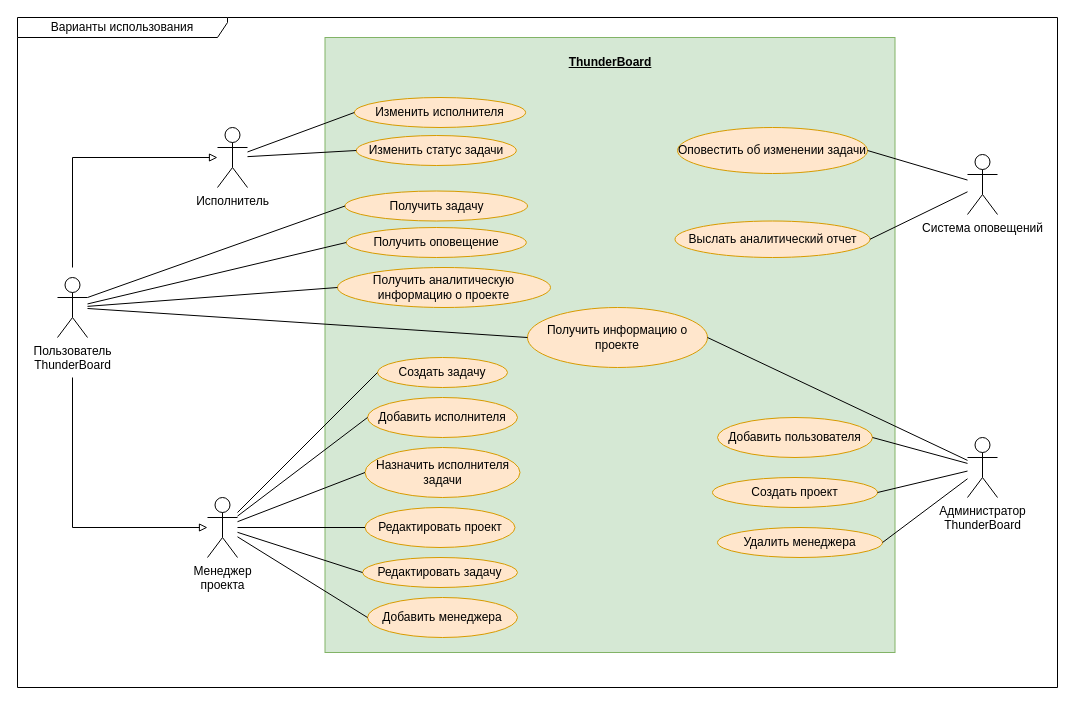
Before: docs/raw_diagrams/use_case.drawio in aVorotnikov/thunder_board, a draw.io diagram. Source tidied: cells renumbered, new cells numbered last; positions are measured from the earlier drawing's top-left corner, leaving out a move shared by most shapes. Both pictures are drawn from the tidied source at 100%, with x=0, y=0 at pixel (17, 17).
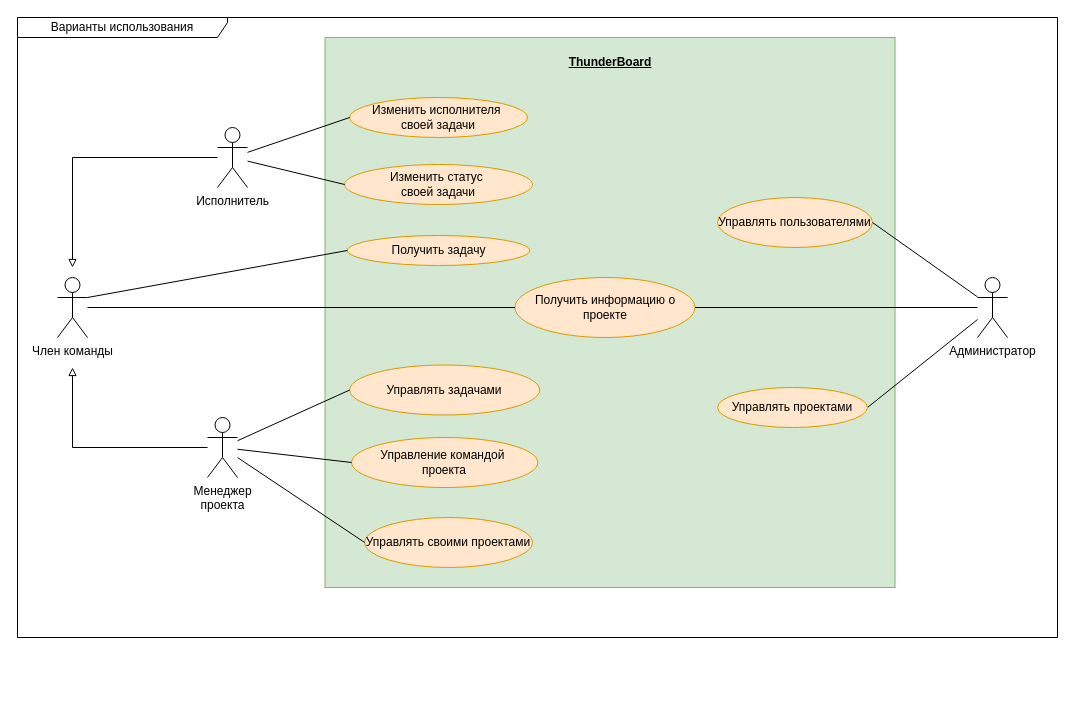
After the change.

Commit message (it also covers changes not shown here):
Fixed use case diagram

The change refers to these unchanged cells:
```xml
<mxCell id="4" value="Исполнитель" style="shape=umlActor;verticalLabelPosition=bottom;verticalAlign=top;html=1;outlineConnect=0;" parent="1" vertex="1">
  <mxGeometry x="200" y="110" width="30" height="60" as="geometry" />
</mxCell>
```

The edit, as a diff of the source:
```diff
@@
     <mxCell id="2" style="html=1;whiteSpace=wrap;fillColor=#d5e8d4;strokeColor=#82b366;" parent="1" vertex="1">
-      <mxGeometry x="307.5" y="20" width="570" height="615" as="geometry" />
+      <mxGeometry x="307.5" y="20" width="570" height="550" as="geometry" />
     </mxCell>
-    <mxCell id="3" value="&lt;div&gt;Пользователь&lt;/div&gt;&lt;div&gt;ThunderBoard&lt;/div&gt;" style="shape=umlActor;verticalLabelPosition=bottom;verticalAlign=top;html=1;outlineConnect=0;" parent="1" vertex="1">
+    <mxCell id="3" value="&lt;div&gt;Член команды&lt;br&gt;&lt;/div&gt;" style="shape=umlActor;verticalLabelPosition=bottom;verticalAlign=top;html=1;outlineConnect=0;" parent="1" vertex="1">
       <mxGeometry x="40" y="260" width="30" height="60" as="geometry" />
     </mxCell>
@@
     <mxCell id="5" value="&lt;div&gt;Менеджер&lt;/div&gt;&lt;div&gt;проекта&lt;/div&gt;" style="shape=umlActor;verticalLabelPosition=bottom;verticalAlign=top;html=1;outlineConnect=0;" parent="1" vertex="1">
-      <mxGeometry x="190" y="480" width="30" height="60" as="geometry" />
+      <mxGeometry x="190" y="400" width="30" height="60" as="geometry" />
     </mxCell>
-    <mxCell id="6" style="endArrow=block;html=1;rounded=0;endFill=0;" parent="1" edge="1" target="5">
+    <mxCell id="6" style="endArrow=none;html=1;rounded=0;endFill=0;startArrow=block;startFill=0;" parent="1" edge="1" target="5">
       <mxGeometry relative="1" as="geometry">
-        <mxPoint x="55" y="360" as="sourcePoint" />
+        <mxPoint x="55" y="350" as="sourcePoint" />
         <Array as="points">
-          <mxPoint x="55" y="510" />
+          <mxPoint x="55" y="430" />
         </Array>
       </mxGeometry>
     </mxCell>
-    <mxCell id="7" style="endArrow=block;html=1;rounded=0;endFill=0;" parent="1" edge="1" target="4">
+    <mxCell id="7" style="endArrow=none;html=1;rounded=0;endFill=0;startArrow=block;startFill=0;" parent="1" edge="1" target="4">
       <mxGeometry relative="1" as="geometry">
         <mxPoint x="55" y="250" as="sourcePoint" />
         <Array as="points">
           <mxPoint x="55" y="140" />
         </Array>
       </mxGeometry>
     </mxCell>
-    <mxCell id="8" value="Создать задачу" style="ellipse;whiteSpace=wrap;html=1;fillColor=#ffe6cc;strokeColor=#d79b00;" parent="1" vertex="1">
-      <mxGeometry x="360" y="340" width="130" height="30" as="geometry" />
+    <mxCell id="8" value="Управлять задачами" style="ellipse;whiteSpace=wrap;html=1;fillColor=#ffe6cc;strokeColor=#d79b00;" parent="1" vertex="1">
+      <mxGeometry x="332.2" y="347.5" width="190" height="50" as="geometry" />
     </mxCell>
     <mxCell id="9" value="&lt;div&gt;Получить информацию о проекте&lt;/div&gt;" style="ellipse;whiteSpace=wrap;html=1;fillColor=#ffe6cc;strokeColor=#d79b00;" parent="1" vertex="1">
-      <mxGeometry x="510" y="290" width="180" height="60" as="geometry" />
+      <mxGeometry x="497.5" y="260" width="180" height="60" as="geometry" />
     </mxCell>
@@
-    <mxCell id="12" value="Получить оповещение" style="ellipse;whiteSpace=wrap;html=1;fillColor=#ffe6cc;strokeColor=#d79b00;" parent="1" vertex="1">
-      <mxGeometry x="328.8" y="210" width="180" height="30" as="geometry" />
-    </mxCell>
-    <mxCell id="13" style="endArrow=none;html=1;rounded=0;entryX=0;entryY=0.5;entryDx=0;entryDy=0;" parent="1" edge="1" source="3" target="12">
-      <mxGeometry relative="1" as="geometry" />
-    </mxCell>
-    <mxCell id="14" value="Редактировать задачу" style="ellipse;whiteSpace=wrap;html=1;fillColor=#ffe6cc;strokeColor=#d79b00;" parent="1" vertex="1">
-      <mxGeometry x="345" y="540" width="155" height="30" as="geometry" />
-    </mxCell>
-    <mxCell id="15" style="endArrow=none;html=1;rounded=0;entryX=0;entryY=0.5;entryDx=0;entryDy=0;" parent="1" edge="1" source="5" target="14">
-      <mxGeometry relative="1" as="geometry" />
-    </mxCell>
     <mxCell id="16" value="Варианты использования" style="shape=umlFrame;whiteSpace=wrap;html=1;width=210;height=20;" parent="1" vertex="1">
-      <mxGeometry width="1040" height="670" as="geometry" />
+      <mxGeometry width="1040" height="620" as="geometry" />
     </mxCell>
-    <mxCell id="17" value="Добавить исполнителя" style="ellipse;whiteSpace=wrap;html=1;fillColor=#ffe6cc;strokeColor=#d79b00;" parent="1" vertex="1">
-      <mxGeometry x="350" y="380" width="150" height="40" as="geometry" />
+    <mxCell id="17" value="&lt;div&gt;Управление командой&amp;nbsp;&lt;/div&gt;&lt;div&gt;проекта&lt;/div&gt;" style="ellipse;whiteSpace=wrap;html=1;fillColor=#ffe6cc;strokeColor=#d79b00;" parent="1" vertex="1">
+      <mxGeometry x="334.1" y="420" width="186.2" height="50" as="geometry" />
     </mxCell>
@@
-    <mxCell id="19" value="Добавить пользователя" style="ellipse;whiteSpace=wrap;html=1;fillColor=#ffe6cc;strokeColor=#d79b00;" parent="1" vertex="1">
-      <mxGeometry x="700" y="400" width="155" height="40" as="geometry" />
+    <mxCell id="19" value="Управлять пользователями" style="ellipse;whiteSpace=wrap;html=1;fillColor=#ffe6cc;strokeColor=#d79b00;" parent="1" vertex="1">
+      <mxGeometry x="700" y="180" width="155" height="50" as="geometry" />
     </mxCell>
@@
-    <mxCell id="21" value="Создать проект" style="ellipse;whiteSpace=wrap;html=1;fillColor=#ffe6cc;strokeColor=#d79b00;" parent="1" vertex="1">
-      <mxGeometry x="695" y="460" width="165" height="30" as="geometry" />
-    </mxCell>
-    <mxCell id="22" style="endArrow=none;html=1;rounded=0;entryX=1;entryY=0.5;entryDx=0;entryDy=0;" parent="1" edge="1" source="30" target="21">
+    <mxCell id="22" style="endArrow=none;html=1;rounded=0;entryX=1;entryY=0.5;entryDx=0;entryDy=0;" parent="1" edge="1" source="30" target="47">
       <mxGeometry relative="1" as="geometry" />
     </mxCell>
     <mxCell id="23" value="Получить задачу" style="ellipse;whiteSpace=wrap;html=1;fillColor=#ffe6cc;strokeColor=#d79b00;" parent="1" vertex="1">
-      <mxGeometry x="327.5" y="173.5" width="182.5" height="30" as="geometry" />
+      <mxGeometry x="329.8" y="218" width="182.5" height="30" as="geometry" />
     </mxCell>
@@
-    <mxCell id="25" value="Система оповещений" style="shape=umlActor;verticalLabelPosition=bottom;verticalAlign=top;html=1;outlineConnect=0;" parent="1" vertex="1">
-      <mxGeometry x="950" y="137" width="30" height="60" as="geometry" />
-    </mxCell>
-    <mxCell id="26" value="Оповестить об изменении задачи" style="ellipse;whiteSpace=wrap;html=1;fillColor=#ffe6cc;strokeColor=#d79b00;" parent="1" vertex="1">
-      <mxGeometry x="660" y="110" width="190" height="46" as="geometry" />
-    </mxCell>
-    <mxCell id="27" value="&lt;div&gt;Изменить статус задачи&lt;/div&gt;" style="ellipse;whiteSpace=wrap;html=1;fillColor=#ffe6cc;strokeColor=#d79b00;" parent="1" vertex="1">
-      <mxGeometry x="338.8" y="118" width="160" height="30" as="geometry" />
+    <mxCell id="27" value="&lt;div&gt;Изменить статус&amp;nbsp;&lt;/div&gt;&lt;div&gt;своей задачи&lt;/div&gt;" style="ellipse;whiteSpace=wrap;html=1;fillColor=#ffe6cc;strokeColor=#d79b00;" parent="1" vertex="1">
+      <mxGeometry x="327.2" y="147" width="187.8" height="40" as="geometry" />
     </mxCell>
@@
-    <mxCell id="30" value="&lt;div&gt;Администратор&lt;/div&gt;&lt;div&gt;ThunderBoard&lt;/div&gt;" style="shape=umlActor;verticalLabelPosition=bottom;verticalAlign=top;html=1;outlineConnect=0;" parent="1" vertex="1">
-      <mxGeometry x="950" y="420" width="30" height="60" as="geometry" />
+    <mxCell id="30" value="&lt;div&gt;Администратор&lt;/div&gt;" style="shape=umlActor;verticalLabelPosition=bottom;verticalAlign=top;html=1;outlineConnect=0;" parent="1" vertex="1">
+      <mxGeometry x="960" y="260" width="30" height="60" as="geometry" />
     </mxCell>
-    <mxCell id="31" value="Добавить менеджера" style="ellipse;whiteSpace=wrap;html=1;fillColor=#ffe6cc;strokeColor=#d79b00;" parent="1" vertex="1">
-      <mxGeometry x="350" y="580" width="150" height="40" as="geometry" />
-    </mxCell>
-    <mxCell id="32" style="endArrow=none;html=1;rounded=0;exitX=0;exitY=0.5;exitDx=0;exitDy=0;" parent="1" edge="1" source="31" target="5">
-      <mxGeometry relative="1" as="geometry" />
-    </mxCell>
-    <mxCell id="33" value="Назначить исполнителя задачи" style="ellipse;whiteSpace=wrap;html=1;fillColor=#ffe6cc;strokeColor=#d79b00;" parent="1" vertex="1">
-      <mxGeometry x="347.5" y="430" width="155" height="50" as="geometry" />
-    </mxCell>
-    <mxCell id="34" style="endArrow=none;html=1;rounded=0;entryX=0;entryY=0.5;entryDx=0;entryDy=0;" parent="1" edge="1" source="5" target="33">
-      <mxGeometry relative="1" as="geometry" />
-    </mxCell>
-    <mxCell id="35" value="Удалить менеджера" style="ellipse;whiteSpace=wrap;html=1;fillColor=#ffe6cc;strokeColor=#d79b00;" parent="1" vertex="1">
-      <mxGeometry x="700" y="510" width="165" height="30" as="geometry" />
-    </mxCell>
-    <mxCell id="36" style="endArrow=none;html=1;rounded=0;exitX=1;exitY=0.5;exitDx=0;exitDy=0;" parent="1" edge="1" source="35" target="30">
-      <mxGeometry relative="1" as="geometry" />
-    </mxCell>
-    <mxCell id="37" value="Редактировать проект" style="ellipse;whiteSpace=wrap;html=1;fillColor=#ffe6cc;strokeColor=#d79b00;" parent="1" vertex="1">
-      <mxGeometry x="347.5" y="490" width="150" height="40" as="geometry" />
+    <mxCell id="37" value="Управлять своими проектами" style="ellipse;whiteSpace=wrap;html=1;fillColor=#ffe6cc;strokeColor=#d79b00;" parent="1" vertex="1">
+      <mxGeometry x="347.2" y="500" width="167.8" height="50" as="geometry" />
     </mxCell>
@@
-    <mxCell id="39" style="endArrow=none;html=1;rounded=0;exitX=1;exitY=0.5;exitDx=0;exitDy=0;" parent="1" edge="1" source="26" target="25">
-      <mxGeometry relative="1" as="geometry" />
-    </mxCell>
@@
-    <mxCell id="41" value="Выслать аналитический отчет" style="ellipse;whiteSpace=wrap;html=1;fillColor=#ffe6cc;strokeColor=#d79b00;" parent="1" vertex="1">
-      <mxGeometry x="657.5" y="203.5" width="195" height="36.5" as="geometry" />
-    </mxCell>
-    <mxCell id="42" style="endArrow=none;html=1;rounded=0;entryX=1;entryY=0.5;entryDx=0;entryDy=0;" parent="1" edge="1" source="25" target="41">
-      <mxGeometry relative="1" as="geometry" />
-    </mxCell>
-    <mxCell id="43" value="Получить аналитическую информацию о проекте" style="ellipse;whiteSpace=wrap;html=1;fillColor=#ffe6cc;strokeColor=#d79b00;" parent="1" vertex="1">
-      <mxGeometry x="320" y="250" width="213" height="40" as="geometry" />
-    </mxCell>
-    <mxCell id="44" style="endArrow=none;html=1;rounded=0;entryX=0;entryY=0.5;entryDx=0;entryDy=0;" parent="1" edge="1" source="3" target="43">
-      <mxGeometry relative="1" as="geometry" />
-    </mxCell>
-    <mxCell id="45" value="Изменить исполнителя" style="ellipse;whiteSpace=wrap;html=1;fillColor=#ffe6cc;strokeColor=#d79b00;" parent="1" vertex="1">
-      <mxGeometry x="336.9" y="80" width="171.2" height="30" as="geometry" />
+    <mxCell id="45" value="&lt;div&gt;Изменить исполнителя&amp;nbsp;&lt;/div&gt;&lt;div&gt;своей задачи&lt;/div&gt;" style="ellipse;whiteSpace=wrap;html=1;fillColor=#ffe6cc;strokeColor=#d79b00;" parent="1" vertex="1">
+      <mxGeometry x="332.2" y="80" width="177.8" height="40" as="geometry" />
     </mxCell>
@@
+    <mxCell id="47" value="Управлять проектами" style="ellipse;whiteSpace=wrap;html=1;fillColor=#ffe6cc;strokeColor=#d79b00;" parent="1" vertex="1">
+      <mxGeometry x="700" y="370" width="150" height="40" as="geometry" />
+    </mxCell>
```
